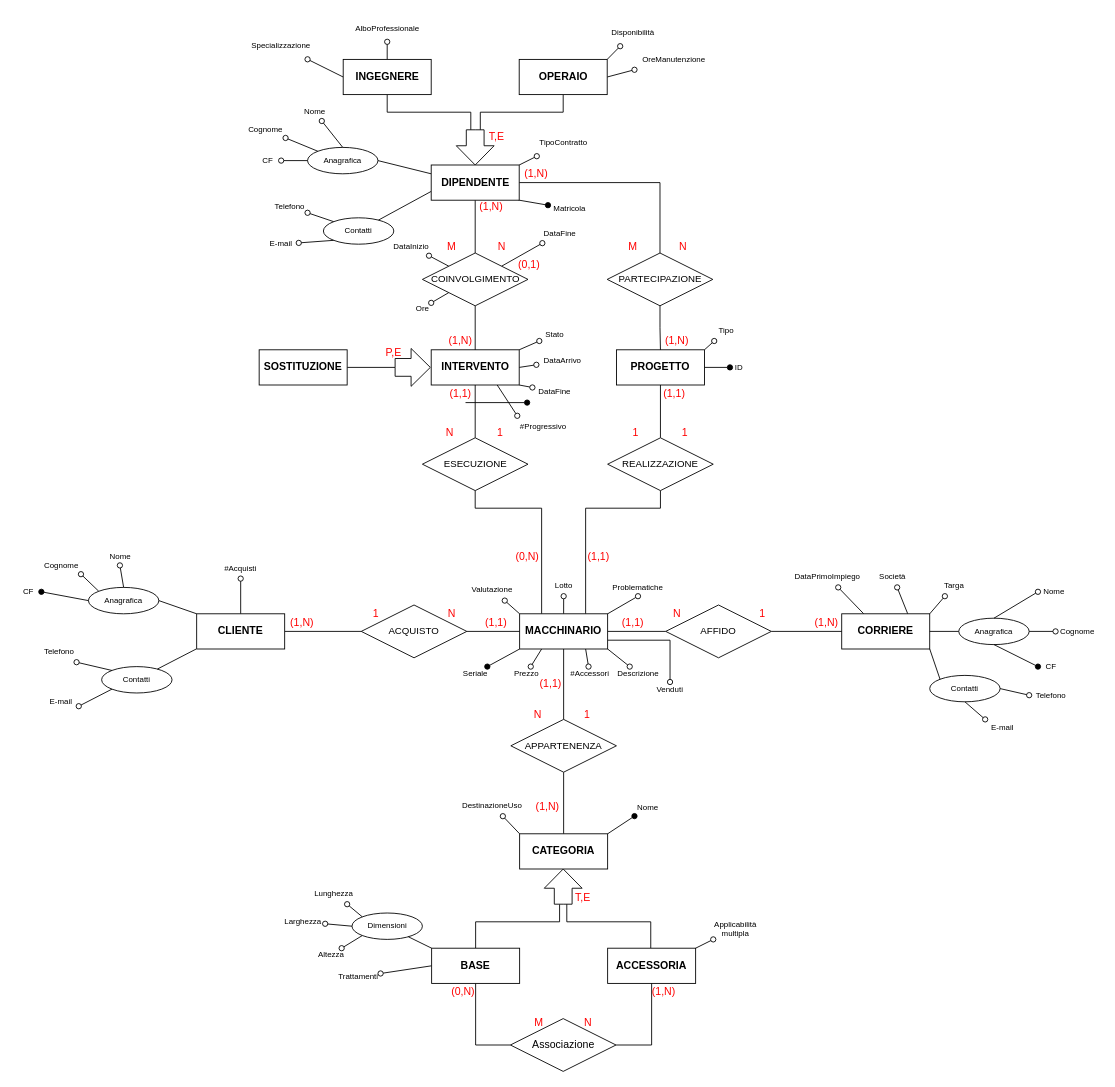
Above: Copy of SchemaER.drawio in MicheleRabesco/MacchinariEstetici (draw.io), before the change. Source tidied: cells renumbered, new cells numbered last; positions are measured from the earlier drawing's top-left corner, leaving out a move shared by most shapes. Both pictures are drawn from the tidied source at 88%, with x=0, y=0 at pixel (15, 15).
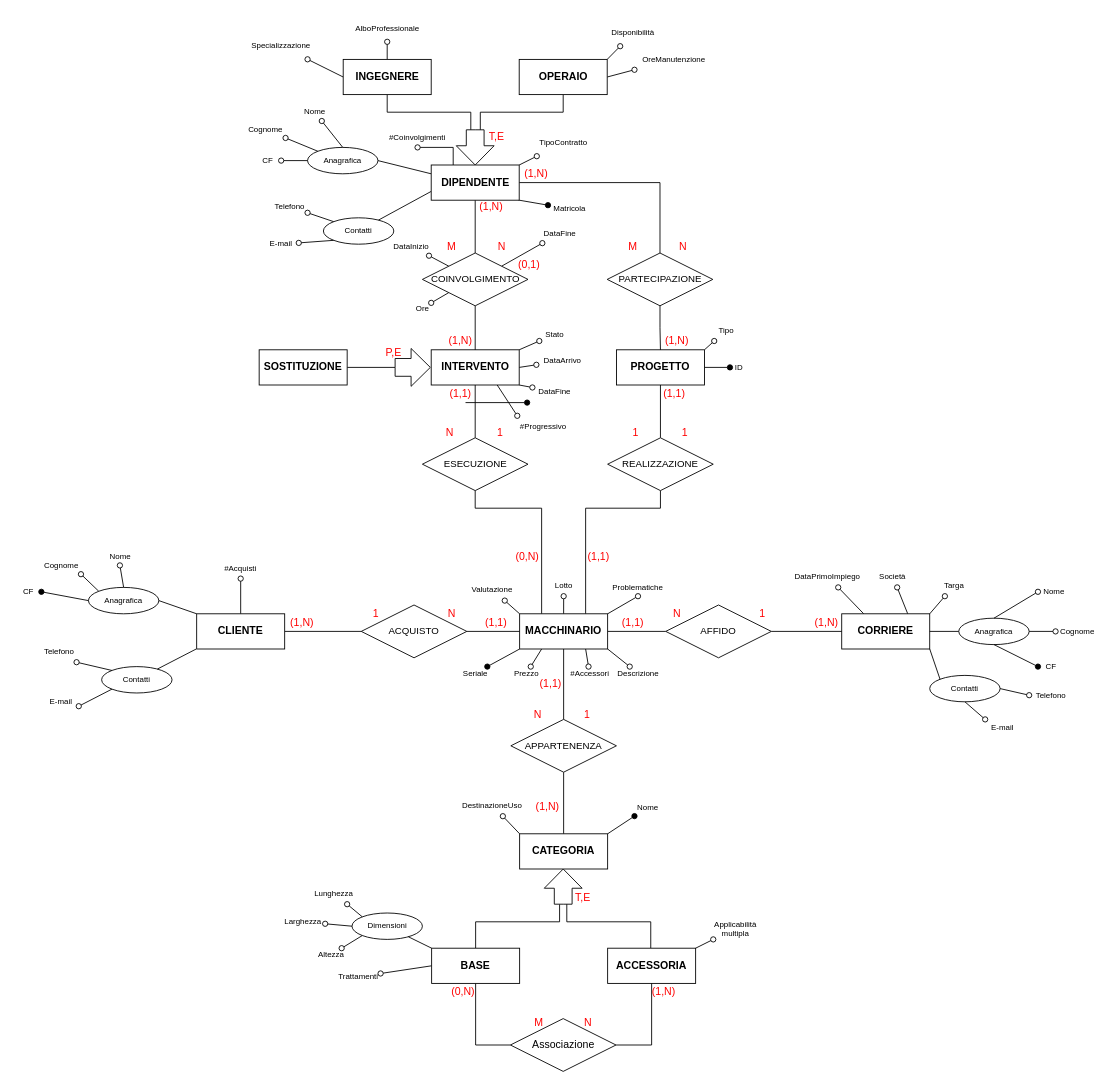
The same page after the edit.

Unchanged cells that the change refers to:
```xml
<mxCell id="16" value="&lt;b&gt;MACCHINARIO&lt;/b&gt;" style="whiteSpace=wrap;html=1;align=center;" parent="1" vertex="1">
  <mxGeometry x="573" y="680" width="100" height="40" as="geometry" />
</mxCell>
<mxCell id="31" value="&lt;b&gt;DIPENDENTE&lt;/b&gt;" style="whiteSpace=wrap;html=1;align=center;" parent="1" vertex="1">
  <mxGeometry x="472.5" y="170" width="100" height="40" as="geometry" />
</mxCell>
```

Diff of the diagram source:
```diff
@@
-    <mxCell id="15" style="edgeStyle=orthogonalEdgeStyle;rounded=0;jettySize=auto;html=1;exitX=1;exitY=0.75;exitDx=0;exitDy=0;endArrow=oval;endFill=0;" parent="1" edge="1" source="16" target="197">
-      <mxGeometry relative="1" as="geometry" />
-    </mxCell>
@@
+    <mxCell id="198" style="edgeStyle=orthogonalEdgeStyle;rounded=0;jettySize=auto;html=1;exitX=0.25;exitY=0;exitDx=0;exitDy=0;endArrow=oval;endFill=0;" parent="1" edge="1" source="31" target="199">
+      <mxGeometry relative="1" as="geometry" />
+    </mxCell>
@@
-    <mxCell id="197" value="&lt;font style=&quot;font-size: 9px&quot;&gt;Venduti&lt;/font&gt;" style="text;html=1;strokeColor=none;fillColor=none;align=center;verticalAlign=middle;whiteSpace=wrap;rounded=0;shadow=0;sketch=0;" parent="1" vertex="1">
-      <mxGeometry x="723.9" y="757.5" width="40" height="15" as="geometry" />
-    </mxCell>
+    <mxCell id="199" value="&lt;font style=&quot;font-size: 9px&quot;&gt;#Coinvolgimenti&lt;/font&gt;" style="text;html=1;strokeColor=none;fillColor=none;align=center;verticalAlign=middle;whiteSpace=wrap;rounded=0;" parent="1" vertex="1">
+      <mxGeometry x="432" y="125" width="50" height="25" as="geometry" />
+    </mxCell>
```
